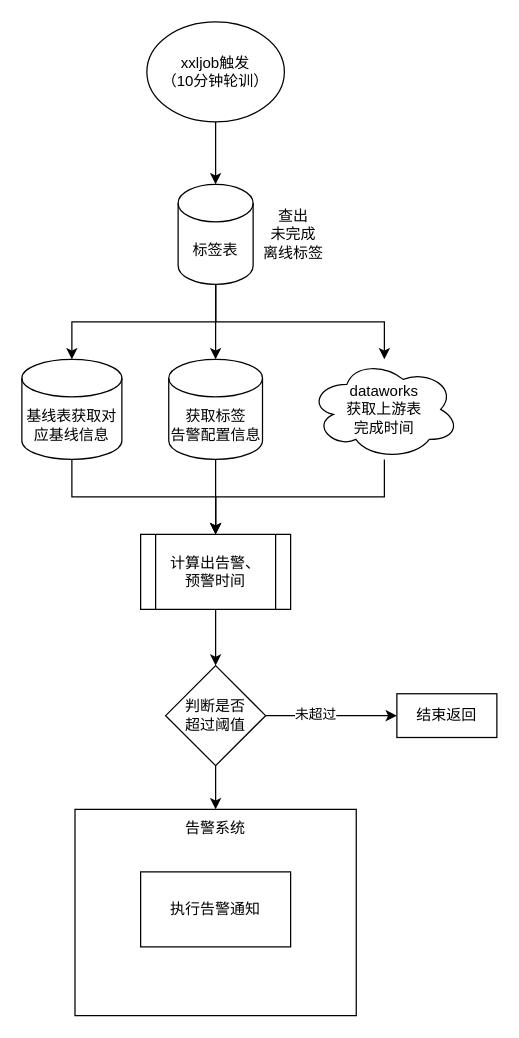
Earlier version of the draw.io diagram 标签监控告警触发流程.drawio (1418956397/JavaWeb-Project-Source-Share). Source tidied: cells renumbered, new cells numbered last; positions are measured from the earlier drawing's top-left corner, leaving out a move shared by most shapes. Both pictures are drawn from the tidied source at 125%, with x=0, y=0 at pixel (21, 21).
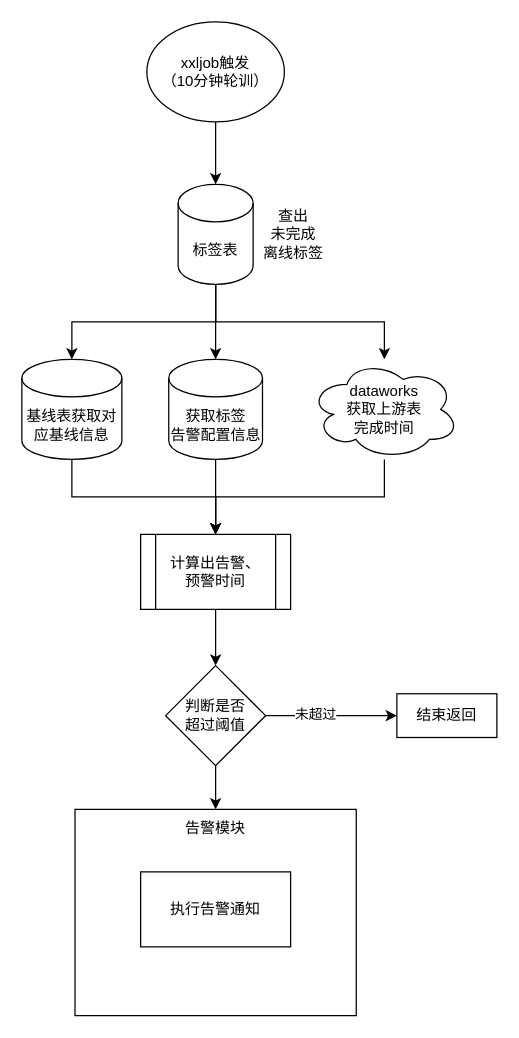
Above is the later version.

Commit message:
更新标签监控告警触发流程.drawio

What changed in the source:
```diff
@@
-    <mxCell id="23" value="告警系统" style="text;html=1;whiteSpace=wrap;strokeColor=none;fillColor=none;align=center;verticalAlign=middle;rounded=0;" parent="1" vertex="1">
+    <mxCell id="23" value="告警模块" style="text;html=1;whiteSpace=wrap;strokeColor=none;fillColor=none;align=center;verticalAlign=middle;rounded=0;" parent="1" vertex="1">
       <mxGeometry x="125" y="630" width="60" height="30" as="geometry" />
     </mxCell>
```
